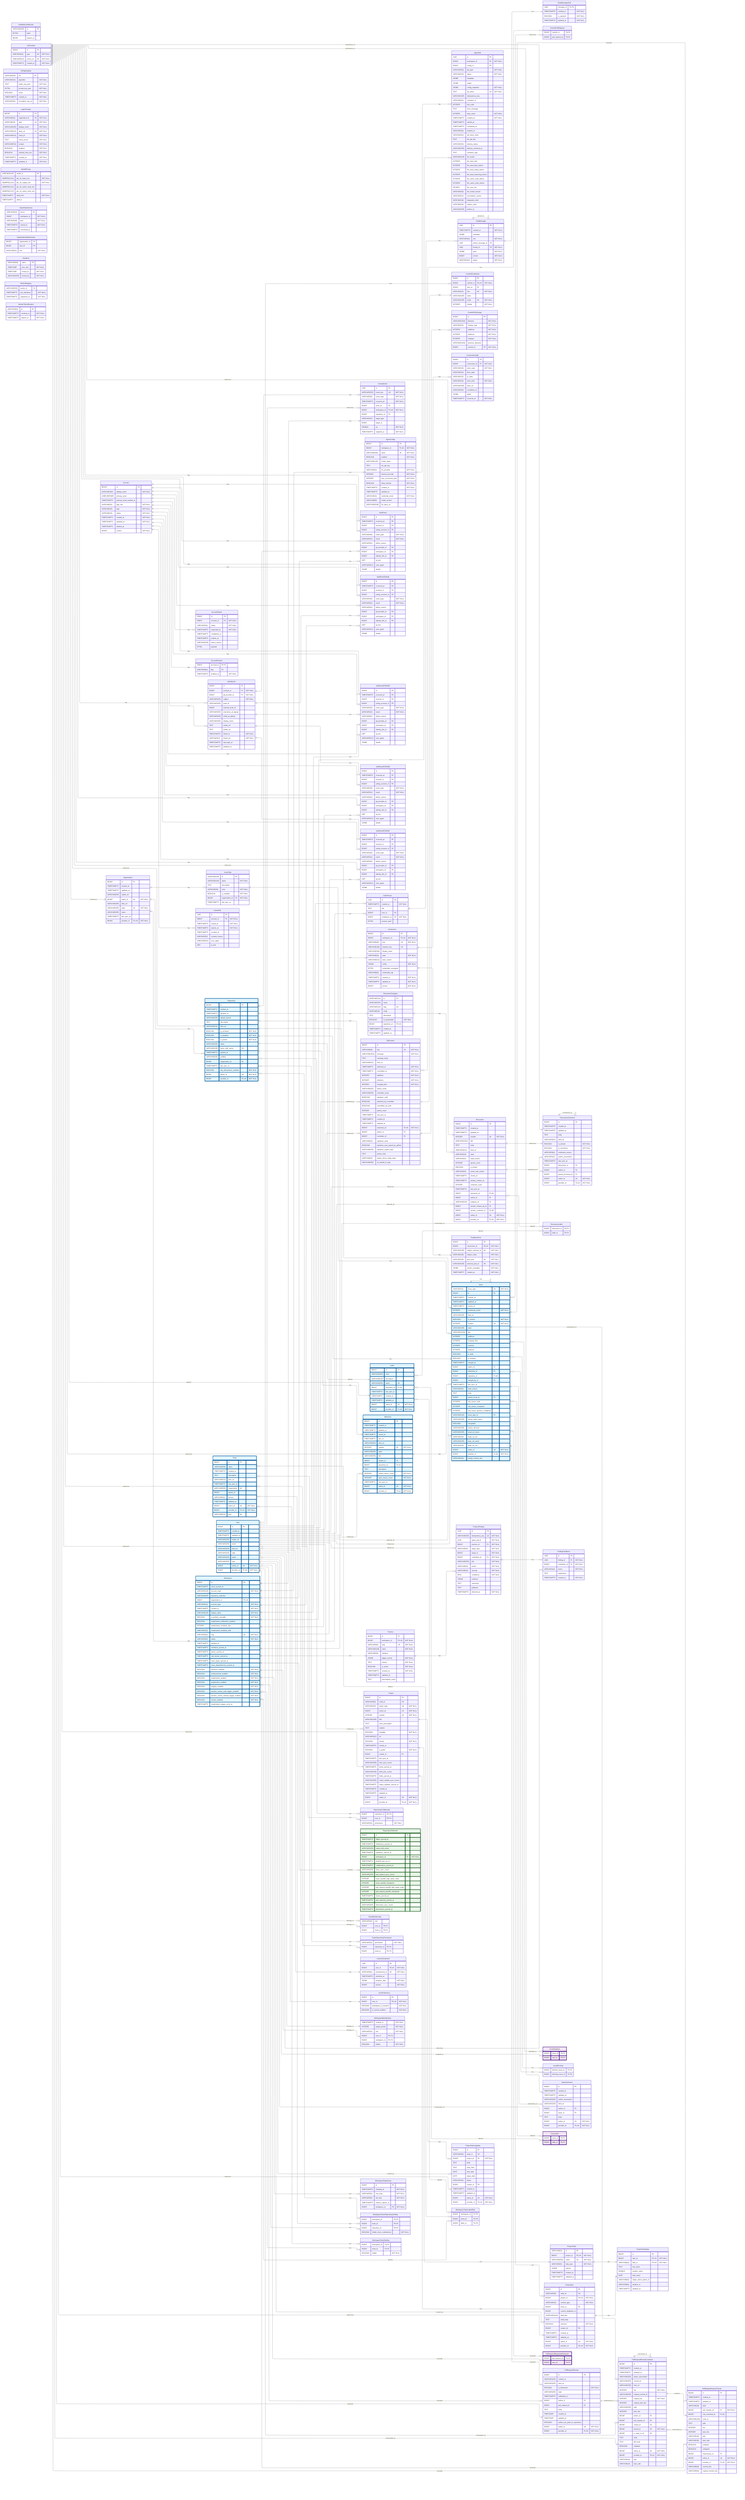
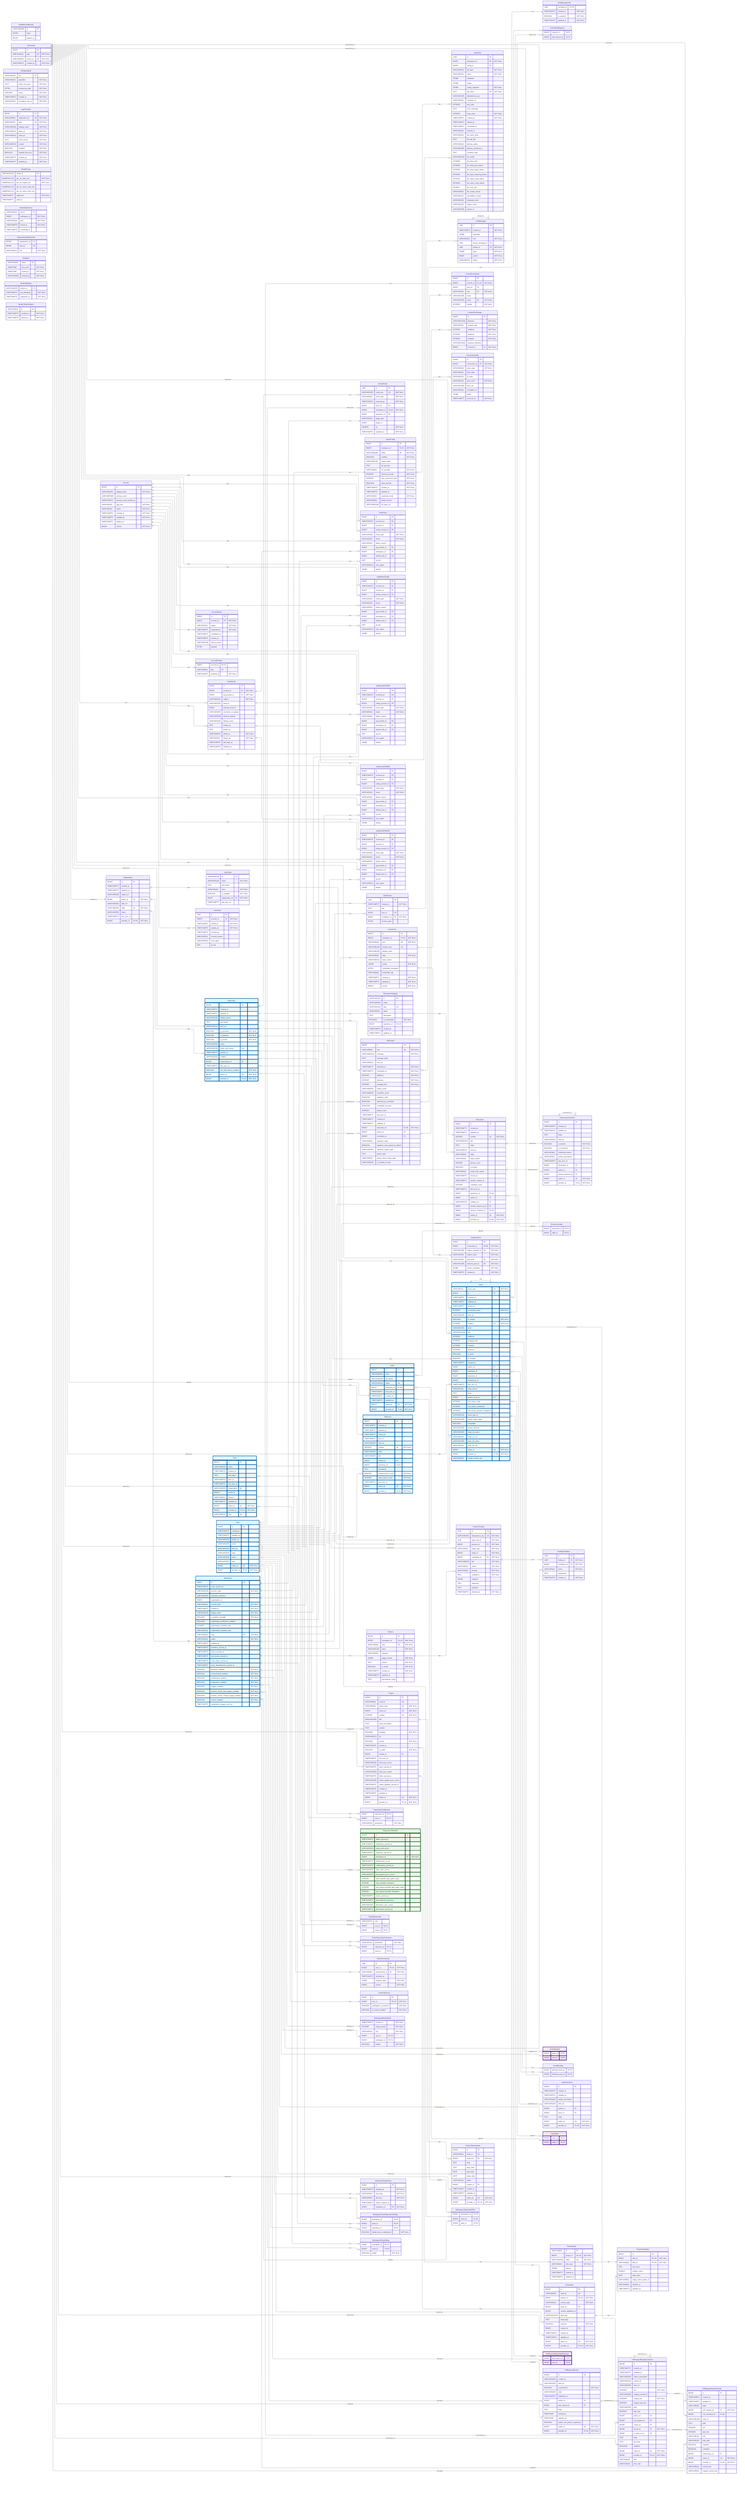
---
config:
    layout: elk
---
erDiagram
    %% Generated automatically from PostgreSQL database schema
    %% using scripts/generate-mermaid-erd.ts
    %% To regenerate: pnpm run db:generate-erd-docs

    direction LR

    Account {
        BIGINT id PK
        VARCHAR(255) display_name "NOT NULL"
        USER-DEFINED primary_email
        TIMESTAMPTZ primary_email_verified_at
        VARCHAR(16) app_role "NOT NULL"
-         VARCHAR(16) type "NOT NULL"
        VARCHAR(16) status "NOT NULL"
        TIMESTAMPTZ created_at "NOT NULL"
        TIMESTAMPTZ updated_at "NOT NULL"
        TIMESTAMPTZ deleted_at
        BIGINT version "NOT NULL"
    }

    AccountExport {
        BIGINT id PK
        BIGINT account_id FK "NOT NULL"
        VARCHAR(16) status "NOT NULL"
        TIMESTAMPTZ requested_at "NOT NULL"
        TIMESTAMPTZ completed_at
        TIMESTAMPTZ expires_at
        VARCHAR(128) failure_reason
        BYTEA payload
    }

    AccountFeature {
        BIGINT account_id PK,FK
        VARCHAR(64) flag PK
        TIMESTAMPTZ enabled_at "NOT NULL"
    }

    ActivityEvent {
        UUID id PK
        VARCHAR(255) event_key UK "NOT NULL"
        VARCHAR(64) event_type "NOT NULL"
        TIMESTAMPTZ occurred_at "NOT NULL"
        BIGINT actor_id FK
        BIGINT workspace_id FK,UK "NOT NULL"
        BIGINT repository_id FK
        VARCHAR(32) target_type
        BIGINT target_id
        DOUBLE xp "NOT NULL"
        TIMESTAMPTZ ingested_at "NOT NULL"
    }

    AgentConfig {
        BIGINT id PK
        BIGINT workspace_id FK,UK "NOT NULL"
        VARCHAR(100) name UK "NOT NULL"
        BOOLEAN enabled "NOT NULL"
        VARCHAR(128) model_name
        TEXT llm_api_key
        VARCHAR(32) llm_provider "NOT NULL"
        INTEGER timeout_seconds "NOT NULL"
        INTEGER max_concurrent_jobs "NOT NULL"
        BOOLEAN allow_internet "NOT NULL"
        TIMESTAMPTZ created_at "NOT NULL"
        TIMESTAMPTZ updated_at
        VARCHAR(16) credential_mode "NOT NULL"
        VARCHAR(50) model_version
        VARCHAR(2048) llm_base_url
    }

    AgentJob {
        UUID id PK
        BIGINT workspace_id FK "NOT NULL"
        BIGINT config_id FK
        VARCHAR(50) job_type "NOT NULL"
        VARCHAR(20) status "NOT NULL"
        JSONB metadata
        JSONB output
        JSONB config_snapshot "NOT NULL"
        TEXT job_token UK "NOT NULL"
        VARCHAR(255) idempotency_key
        VARCHAR(64) container_id
        INTEGER exit_code
        TEXT error_message
        INTEGER retry_count "NOT NULL"
        TIMESTAMPTZ created_at "NOT NULL"
        TIMESTAMPTZ started_at
        TIMESTAMPTZ completed_at
        VARCHAR(64) network_id
        VARCHAR(64) job_token_hash
        TEXT llm_api_key
        VARCHAR(20) delivery_status
        VARCHAR(255) delivery_comment_id
        TEXT container_logs
        VARCHAR(100) llm_model
        INTEGER llm_total_calls
        INTEGER llm_total_input_tokens
        INTEGER llm_total_output_tokens
        INTEGER llm_total_reasoning_tokens
        INTEGER llm_cache_read_tokens
        INTEGER llm_cache_write_tokens
        DOUBLE llm_cost_usd
        VARCHAR(50) llm_model_version
        VARCHAR(32) cancellation_reason
        VARCHAR(48) integration_kind
        VARCHAR(48) subject_class
        VARCHAR(255) worker_id
    }

    AuthEvent {
        BIGINT id PK
        TIMESTAMPTZ occurred_at PK
        BIGINT account_id FK
        BIGINT acting_account_id FK
        VARCHAR(48) event_type "NOT NULL"
        VARCHAR(16) result "NOT NULL"
        VARCHAR(64) failure_reason
        BIGINT git_provider_id FK
        BIGINT workspace_id FK
        BIGINT identity_link_id FK
        INET ip_inet
        VARCHAR(512) user_agent
        JSONB details
    }

    AuthEventDefault {
        BIGINT id PK
        TIMESTAMPTZ occurred_at PK
        BIGINT account_id FK
        BIGINT acting_account_id FK
        VARCHAR(48) event_type "NOT NULL"
        VARCHAR(16) result "NOT NULL"
        VARCHAR(64) failure_reason
        BIGINT git_provider_id FK
        BIGINT workspace_id FK
        BIGINT identity_link_id FK
        INET ip_inet
        VARCHAR(512) user_agent
        JSONB details
    }

    AuthEventP202605 {
        BIGINT id PK
        TIMESTAMPTZ occurred_at PK
        BIGINT account_id FK
        BIGINT acting_account_id FK
        VARCHAR(48) event_type "NOT NULL"
        VARCHAR(16) result "NOT NULL"
        VARCHAR(64) failure_reason
        BIGINT git_provider_id FK
        BIGINT workspace_id FK
        BIGINT identity_link_id FK
        INET ip_inet
        VARCHAR(512) user_agent
        JSONB details
    }

    AuthEventP202606 {
        BIGINT id PK
        TIMESTAMPTZ occurred_at PK
        BIGINT account_id FK
        BIGINT acting_account_id FK
        VARCHAR(48) event_type "NOT NULL"
        VARCHAR(16) result "NOT NULL"
        VARCHAR(64) failure_reason
        BIGINT git_provider_id FK
        BIGINT workspace_id FK
        BIGINT identity_link_id FK
        INET ip_inet
        VARCHAR(512) user_agent
        JSONB details
    }

    AuthEventP202607 {
        BIGINT id PK
        TIMESTAMPTZ occurred_at PK
        BIGINT account_id FK
        BIGINT acting_account_id FK
        VARCHAR(48) event_type "NOT NULL"
        VARCHAR(16) result "NOT NULL"
        VARCHAR(64) failure_reason
        BIGINT git_provider_id FK
        BIGINT workspace_id FK
        BIGINT identity_link_id FK
        INET ip_inet
        VARCHAR(512) user_agent
        JSONB details
    }

    AuthRateLimitBucket {
        VARCHAR(255) id PK
        BYTEA state
        BIGINT expires_at
    }

    ChatMessage {
        UUID id PK
        TIMESTAMPTZ created_at "NOT NULL"
        JSONB metadata
        VARCHAR(16) role "NOT NULL"
        UUID parent_message_id FK
        UUID thread_id FK "NOT NULL"
        JSONB parts "NOT NULL"
        BIGINT version "NOT NULL"
        VARCHAR(16) status "NOT NULL"
    }

    ChatMessageVote {
        UUID message_id PK,FK
        TIMESTAMPTZ created_at "NOT NULL"
        BOOLEAN is_upvoted "NOT NULL"
        TIMESTAMPTZ updated_at "NOT NULL"
    }

    ChatThread {
        UUID id PK
        TIMESTAMPTZ created_at "NOT NULL"
        TEXT title
        BIGINT user_id FK
        BIGINT workspace_id FK "NOT NULL"
        BYTEA session_jsonl
    }

    CommitContributor {
        BIGINT id PK
        BIGINT commit_id FK,UK "NOT NULL"
        BIGINT user_id FK
        VARCHAR(32) role UK "NOT NULL"
        VARCHAR(255) name
        VARCHAR(255) email UK "NOT NULL"
        INTEGER ordinal "NOT NULL"
    }

    CommitFileChange {
        BIGINT id PK
        VARCHAR(1024) filename "NOT NULL"
        VARCHAR(32) change_type "NOT NULL"
        INTEGER additions "NOT NULL"
        INTEGER deletions "NOT NULL"
        INTEGER changes "NOT NULL"
        VARCHAR(1024) previous_filename
        BIGINT commit_id FK "NOT NULL"
    }

    CommitPullRequest {
        BIGINT commit_id PK,FK
        BIGINT pull_request_id PK,FK
    }

    Connection {
        BIGINT id PK
        BIGINT workspace_id FK,UK "NOT NULL"
        VARCHAR(48) kind UK "NOT NULL"
        VARCHAR(128) instance_key UK
        VARCHAR(256) display_name
        VARCHAR(32) state "NOT NULL"
        VARCHAR(512) state_reason
        JSONB config "NOT NULL"
        BYTEA credentials_encrypted
        VARCHAR(64) credentials_alg
        TIMESTAMPTZ created_at "NOT NULL"
        TIMESTAMPTZ updated_at "NOT NULL"
        BIGINT version "NOT NULL"
    }

    ConnectionAudit {
        BIGINT id PK
        BIGINT connection_id FK "NOT NULL"
        VARCHAR(48) event_type "NOT NULL"
        VARCHAR(32) from_state
        VARCHAR(32) to_state
        VARCHAR(32) actor_kind "NOT NULL"
        VARCHAR(256) actor_ref
        VARCHAR(64) correlation_id
        JSONB detail
        TIMESTAMPTZ occurred_at "NOT NULL"
    }

    Discussion {
        BIGINT id PK
        TIMESTAMPTZ created_at
        TIMESTAMPTZ updated_at
        INTEGER number UK "NOT NULL"
        VARCHAR(1024) title
        TEXT body
        VARCHAR(512) html_url
        VARCHAR(16) state
        VARCHAR(32) state_reason
        INTEGER upvote_count
        BOOLEAN is_locked
        VARCHAR(32) active_lock_reason
        TIMESTAMPTZ closed_at
        TIMESTAMPTZ answer_chosen_at
        INTEGER comment_count
        TIMESTAMPTZ last_sync_at
        BIGINT repository_id FK,UK
        BIGINT author_id FK
        VARCHAR(128) category_id FK
        BIGINT answer_chosen_by_id FK
        BIGINT answer_comment_id FK,UK
        BIGINT native_id UK "NOT NULL"
        BIGINT provider_id FK,UK "NOT NULL"
    }

    DiscussionCategory {
        VARCHAR(128) id PK
        VARCHAR(255) name
        VARCHAR(128) slug UK
        VARCHAR(32) emoji
        TEXT description
        BOOLEAN is_answerable "NOT NULL"
        BIGINT repository_id FK,UK
        TIMESTAMPTZ created_at
        TIMESTAMPTZ updated_at
    }

    DiscussionComment {
        BIGINT id PK
        TIMESTAMPTZ created_at
        TIMESTAMPTZ updated_at
        TEXT body
        VARCHAR(512) html_url
        BOOLEAN is_answer "NOT NULL"
        BOOLEAN is_minimized "NOT NULL"
        VARCHAR(64) minimized_reason
        VARCHAR(32) author_association
        TIMESTAMPTZ last_sync_at
        BIGINT discussion_id FK
        BIGINT author_id FK
        BIGINT parent_comment_id FK
        BIGINT native_id UK "NOT NULL"
        BIGINT provider_id FK,UK "NOT NULL"
    }

    DiscussionLabel {
        BIGINT discussion_id PK,FK
        BIGINT label_id PK,FK
    }

    FeedbackPost {
        BIGINT id PK
        BIGINT connection_id FK,UK "NOT NULL"
        VARCHAR(256) subject_external_id UK "NOT NULL"
        VARCHAR(48) subject_class "NOT NULL"
        VARCHAR(48) post_kind UK "NOT NULL"
        VARCHAR(256) external_post_id UK "NOT NULL"
        JSONB vendor_metadata "NOT NULL"
        TIMESTAMPTZ created_at "NOT NULL"
    }

    FindingFeedback {
        UUID id PK
        UUID finding_id FK "NOT NULL"
        BIGINT contributor_id FK "NOT NULL"
        VARCHAR(16) action "NOT NULL"
        TEXT explanation
        TIMESTAMPTZ created_at "NOT NULL"
    }

    GitCommit {
        BIGINT id PK
        VARCHAR(40) sha UK "NOT NULL"
        VARCHAR(1024) message "NOT NULL"
        TEXT message_body
        VARCHAR(512) html_url
        TIMESTAMPTZ authored_at "NOT NULL"
        TIMESTAMPTZ committed_at "NOT NULL"
        INTEGER additions "NOT NULL"
        INTEGER deletions "NOT NULL"
        INTEGER changed_files "NOT NULL"
        VARCHAR(255) author_email
        VARCHAR(255) committer_email
        BOOLEAN signature_valid
        BOOLEAN authored_by_committer
        BOOLEAN committed_via_web
        INTEGER parent_count
        TIMESTAMPTZ last_sync_at
        TIMESTAMPTZ created_at
        TIMESTAMPTZ updated_at
        BIGINT repository_id FK,UK "NOT NULL"
        BIGINT author_id FK
        BIGINT committer_id FK
        VARCHAR(32) signature_state
        BOOLEAN signature_was_signed_by_github
        VARCHAR(255) signature_signer_login
        TEXT parent_shas
        VARCHAR(32) status_check_rollup_state
        VARCHAR(255) on_behalf_of_login
    }

    GitProvider {
        BIGINT id PK
        VARCHAR(10) type UK "NOT NULL"
        VARCHAR(512) server_url UK "NOT NULL"
        TIMESTAMPTZ created_at "NOT NULL"
    }

    IdentityLink {
        BIGINT id PK
        BIGINT account_id FK "NOT NULL"
        BIGINT git_provider_id FK "NOT NULL"
        VARCHAR(255) subject "NOT NULL"
        VARCHAR(255) team_id
        BIGINT external_actor_id
        VARCHAR(255) username_at_signup
        VARCHAR(320) email_at_signup
        VARCHAR(255) display_name
        TEXT avatar_url
        TEXT profile_url
        TIMESTAMPTZ linked_at "NOT NULL"
        VARCHAR(16) linked_via "NOT NULL"
        TIMESTAMPTZ last_login_at
        TIMESTAMPTZ disabled_at
    }

    Issue {
        VARCHAR(31) issue_type UK "NOT NULL"
        BIGINT id PK
        TIMESTAMPTZ created_at
        TIMESTAMPTZ updated_at
        TIMESTAMPTZ closed_at
        INTEGER comments_count "NOT NULL"
        VARCHAR(255) html_url
        BOOLEAN is_locked "NOT NULL"
        INTEGER number UK "NOT NULL"
        VARCHAR(255) state
        VARCHAR(1024) title
        INTEGER additions
        INTEGER changed_files
        INTEGER commits
        INTEGER deletions
        BOOLEAN is_draft
        BOOLEAN is_merged
        TIMESTAMPTZ merged_at
        BIGINT author_id FK
        BIGINT milestone_id FK
        BIGINT repository_id FK,UK
        BIGINT merged_by_id FK
        TIMESTAMPTZ last_sync_at
        VARCHAR(32) state_reason
        TEXT body
        BIGINT parent_issue_id FK
        INTEGER sub_issues_total
        INTEGER sub_issues_completed
        INTEGER sub_issues_percent_completed
        VARCHAR(128) issue_type_id FK
        VARCHAR(255) merge_state_status
        BOOLEAN mergeable
        VARCHAR(255) review_decision
        VARCHAR(255) head_ref_name
        VARCHAR(40) head_ref_oid
        VARCHAR(255) base_ref_name
        VARCHAR(40) base_ref_oid
        BIGINT native_id UK "NOT NULL"
        BIGINT provider_id FK,UK "NOT NULL"
        VARCHAR(40) merge_commit_sha
    }

    IssueAssignee {
        BIGINT issue_id PK,FK
        BIGINT user_id PK,FK
    }

    IssueBlocking {
        BIGINT blocked_issue_id PK,FK
        BIGINT blocking_issue_id PK,FK
    }

    IssueComment {
        BIGINT id PK
        TIMESTAMPTZ created_at
        TIMESTAMPTZ updated_at
        VARCHAR(255) author_association
        VARCHAR(255) html_url
        BIGINT author_id FK
        BIGINT issue_id FK
        TEXT body
        BIGINT native_id UK "NOT NULL"
        BIGINT provider_id FK,UK "NOT NULL"
    }

    IssueLabel {
        BIGINT issue_id PK,FK
        BIGINT label_id PK,FK
    }

    IssueType {
        VARCHAR(128) id PK
        VARCHAR(128) name "NOT NULL"
        TEXT description
        VARCHAR(20) color "NOT NULL"
        BOOLEAN is_enabled "NOT NULL"
        BIGINT organization_id FK "NOT NULL"
        TIMESTAMPTZ last_sync_at
    }

    IssuedJwt {
        UUID jti PK
        BIGINT account_id FK "NOT NULL"
        TIMESTAMPTZ issued_at "NOT NULL"
        TIMESTAMPTZ expires_at "NOT NULL"
        TIMESTAMPTZ revoked_at
        VARCHAR(32) revoked_reason
        VARCHAR(512) user_agent
        INET ip_inet
    }

    JwtSigningKey {
        VARCHAR(64) kid PK
        VARCHAR(16) algorithm "NOT NULL"
        TEXT public_key_pem "NOT NULL"
        BYTEA private_key_pem "NOT NULL"
        BOOLEAN active "NOT NULL"
        TIMESTAMPTZ created_at "NOT NULL"
        VARCHAR(64) encryption_key_id "NOT NULL"
    }

    Label {
        BIGINT id PK
        VARCHAR(255) color
        VARCHAR(255) description
        VARCHAR(255) name UK
        BIGINT repository_id FK,UK
        TIMESTAMPTZ last_sync_at
        TIMESTAMPTZ created_at
        TIMESTAMPTZ updated_at
        BIGINT native_id UK "NOT NULL"
        BIGINT provider_id FK,UK "NOT NULL"
    }

    LoginProvider {
        BIGINT id PK
        VARCHAR(64) registration_id UK "NOT NULL"
        VARCHAR(10) type UK "NOT NULL"
        VARCHAR(255) display_name "NOT NULL"
        VARCHAR(512) base_url UK "NOT NULL"
        VARCHAR(512) client_id "NOT NULL"
        TEXT client_secret "NOT NULL"
        VARCHAR(512) scopes "NOT NULL"
        BOOLEAN enabled "NOT NULL"
        BOOLEAN seeded_from_env "NOT NULL"
        TIMESTAMPTZ created_at "NOT NULL"
        TIMESTAMPTZ updated_at "NOT NULL"
    }

    Milestone {
        BIGINT id PK
        TIMESTAMPTZ created_at
        TIMESTAMPTZ updated_at
        TIMESTAMPTZ closed_at
        TIMESTAMPTZ due_on
        VARCHAR(255) html_url
        INTEGER number UK "NOT NULL"
        VARCHAR(255) state
        VARCHAR(255) title
        BIGINT creator_id FK
        BIGINT repository_id FK,UK
        TEXT description
        INTEGER closed_issues_count "NOT NULL"
        INTEGER open_issues_count "NOT NULL"
        TIMESTAMPTZ last_sync_at
        BIGINT native_id UK "NOT NULL"
        BIGINT provider_id FK,UK "NOT NULL"
    }

    ModelPricing {
        VARCHAR(128) model_id PK
        NUMERIC(12,6) per_1k_input_usd "NOT NULL"
        NUMERIC(12,6) per_1k_output_usd "NOT NULL"
        NUMERIC(12,6) per_1k_cache_read_usd
        NUMERIC(12,6) per_1k_cache_write_usd
        TIMESTAMPTZ valid_from "NOT NULL"
        TIMESTAMPTZ valid_to
    }

    OauthStateNonce {
        VARCHAR(32) nonce PK
        BIGINT workspace_id "NOT NULL"
        VARCHAR(48) kind "NOT NULL"
        TIMESTAMPTZ issued_at "NOT NULL"
        TIMESTAMPTZ consumed_at
    }

    Organization {
        BIGINT id PK
        TIMESTAMPTZ created_at
        TIMESTAMPTZ updated_at
        VARCHAR(255) avatar_url
        BIGINT native_id UK "NOT NULL"
        VARCHAR(255) html_url
        VARCHAR(255) login UK "NOT NULL"
        VARCHAR(255) name
        TIMESTAMPTZ last_sync_at
        BIGINT provider_id FK,UK "NOT NULL"
    }

    OrganizationMembership {
        BIGINT organization_id PK
        BIGINT user_id PK
        VARCHAR(32) role "NOT NULL"
    }

    Practice {
        BIGINT id PK
        BIGINT workspace_id FK,UK "NOT NULL"
        VARCHAR(64) slug UK "NOT NULL"
        VARCHAR(128) name "NOT NULL"
        VARCHAR(64) category
        JSONB trigger_events "NOT NULL"
        TEXT criteria "NOT NULL"
        BOOLEAN is_active "NOT NULL"
        TIMESTAMPTZ created_at "NOT NULL"
        TIMESTAMPTZ updated_at
        TEXT precompute_script
    }

    PracticeFinding {
        UUID id PK
        VARCHAR(255) idempotency_key UK "NOT NULL"
        UUID agent_job_id "NOT NULL"
        BIGINT practice_id FK "NOT NULL"
        VARCHAR(32) target_type "NOT NULL"
        BIGINT target_id "NOT NULL"
        BIGINT contributor_id FK "NOT NULL"
        VARCHAR(255) title "NOT NULL"
        VARCHAR(16) verdict "NOT NULL"
        VARCHAR(16) severity "NOT NULL"
        REAL confidence "NOT NULL"
        JSONB evidence
        TEXT reasoning
        TEXT guidance
        TIMESTAMPTZ detected_at "NOT NULL"
    }

    Project {
        BIGINT id PK
        VARCHAR(64) node_id UK
        VARCHAR(32) owner_type UK "NOT NULL"
        BIGINT owner_id UK "NOT NULL"
        INTEGER number UK "NOT NULL"
        VARCHAR(256) title
        TEXT short_description
        TEXT readme
        BOOLEAN template "NOT NULL"
        VARCHAR(512) url
        BOOLEAN closed "NOT NULL"
        TIMESTAMPTZ closed_at
        BOOLEAN is_public "NOT NULL"
        BIGINT creator_id FK
        TIMESTAMPTZ last_sync_at
        VARCHAR(256) item_sync_cursor
        TIMESTAMPTZ items_synced_at
        VARCHAR(256) field_sync_cursor
        TIMESTAMPTZ fields_synced_at
        VARCHAR(256) status_update_sync_cursor
        TIMESTAMPTZ status_updates_synced_at
        TIMESTAMPTZ created_at
        TIMESTAMPTZ updated_at
        BIGINT native_id UK "NOT NULL"
        BIGINT provider_id FK,UK "NOT NULL"
    }

    ProjectField {
        VARCHAR(64) id PK
        BIGINT project_id FK,UK "NOT NULL"
        VARCHAR(256) name UK "NOT NULL"
        VARCHAR(32) data_type "NOT NULL"
        JSONB options
        TIMESTAMPTZ created_at
        TIMESTAMPTZ updated_at
    }

    ProjectFieldValue {
        BIGINT id PK
        BIGINT item_id FK,UK "NOT NULL"
        VARCHAR(64) field_id FK,UK "NOT NULL"
        TEXT text_value
        DOUBLE number_value
        DATE date_value
        VARCHAR(64) single_select_option_id
        VARCHAR(64) iteration_id
        TIMESTAMPTZ updated_at
    }

    ProjectItem {
        BIGINT id PK
        VARCHAR(64) node_id UK
        BIGINT project_id FK,UK "NOT NULL"
        VARCHAR(32) content_type "NOT NULL"
        BIGINT issue_id FK
        BIGINT content_database_id
        VARCHAR(1024) draft_title
        TEXT draft_body
        BOOLEAN archived "NOT NULL"
        BIGINT creator_id FK
        TIMESTAMPTZ created_at
        TIMESTAMPTZ updated_at
        BIGINT native_id UK "NOT NULL"
        BIGINT provider_id FK,UK "NOT NULL"
    }

    ProjectStatusUpdate {
        BIGINT id PK
        VARCHAR(64) node_id UK
        BIGINT project_id FK "NOT NULL"
        TEXT body
        TEXT body_html
        DATE start_date
        DATE target_date
        VARCHAR(32) status
        BIGINT creator_id FK
        TIMESTAMPTZ created_at
        TIMESTAMPTZ updated_at
        BIGINT native_id UK "NOT NULL"
        BIGINT provider_id FK,UK "NOT NULL"
    }

    PullRequestRequestedReviewer {
        BIGINT pull_request_id PK,FK
        BIGINT user_id PK,FK
    }

    PullRequestReview {
        BIGINT id PK
        VARCHAR(255) commit_id
        VARCHAR(255) html_url
        BOOLEAN is_dismissed "NOT NULL"
        VARCHAR(255) state
        TIMESTAMPTZ submitted_at
        BIGINT author_id FK
        BIGINT pull_request_id FK
        TEXT body
        TIMESTAMP created_at
        TIMESTAMP updated_at
        BOOLEAN author_can_push_to_repository
        BIGINT native_id UK "NOT NULL"
        BIGINT provider_id FK,UK "NOT NULL"
    }

    PullRequestReviewComment {
        BIGINT id PK
        TIMESTAMPTZ created_at
        TIMESTAMPTZ updated_at
        VARCHAR(255) author_association
        VARCHAR(255) commit_id
        VARCHAR(255) html_url
        INTEGER line "NOT NULL"
        VARCHAR(255) original_commit_id
        INTEGER original_line "NOT NULL"
        INTEGER original_start_line
        VARCHAR(255) path
        INTEGER start_line
        BIGINT author_id FK
        BIGINT pull_request_id FK
        BIGINT review_id FK
        BIGINT thread_id FK "NOT NULL"
        BIGINT in_reply_to_id FK
        TEXT body
        TEXT diff_hunk
        BOOLEAN outdated
        BIGINT native_id UK "NOT NULL"
        BIGINT provider_id FK,UK "NOT NULL"
        VARCHAR(16) side
        VARCHAR(16) start_side
    }

    PullRequestReviewThread {
        BIGINT id PK
        TIMESTAMPTZ created_at
        TIMESTAMPTZ updated_at
        VARCHAR(20) state
        BIGINT pull_request_id FK "NOT NULL"
        BIGINT root_comment_id FK,UK
        VARCHAR(128) node_id
        TEXT path
        INTEGER line
        INTEGER start_line
        VARCHAR(16) side
        VARCHAR(16) start_side
        BOOLEAN outdated
        BOOLEAN collapsed
        BIGINT resolved_by_id FK
        BIGINT native_id UK "NOT NULL"
        BIGINT provider_id FK,UK "NOT NULL"
        VARCHAR(64) commit_sha
        VARCHAR(64) original_commit_sha
    }

    Repository {
        BIGINT id PK
        TIMESTAMPTZ created_at
        TIMESTAMPTZ updated_at
        VARCHAR(255) default_branch
        TEXT description
        VARCHAR(512) html_url
        BOOLEAN is_archived "NOT NULL"
        BOOLEAN is_disabled "NOT NULL"
        BOOLEAN is_private "NOT NULL"
        VARCHAR(255) name
        VARCHAR(150) name_with_owner UK
        TIMESTAMPTZ pushed_at
        VARCHAR(255) visibility
        BIGINT organization_id FK
        TIMESTAMPTZ last_sync_at
        BOOLEAN has_discussions_enabled "NOT NULL"
        BIGINT native_id UK "NOT NULL"
        BIGINT provider_id FK,UK "NOT NULL"
    }

    RepositoryCollaborator {
        BIGINT repository_id PK,FK
        BIGINT user_id PK,FK
        VARCHAR(32) permission "NOT NULL"
    }

    RepositoryToMonitor {
        BIGINT id PK
        TIMESTAMPTZ labels_synced_at
        TIMESTAMPTZ milestones_synced_at
        VARCHAR(255) name_with_owner
        TIMESTAMPTZ repository_synced_at
        BIGINT workspace_id FK "NOT NULL"
        TIMESTAMPTZ backfill_last_run_at
        TIMESTAMPTZ collaborators_synced_at
        VARCHAR(255) issue_sync_cursor
        VARCHAR(255) pull_request_sync_cursor
        INTEGER issue_backfill_high_water_mark
        INTEGER issue_backfill_checkpoint
        INTEGER pull_request_backfill_high_water_mark
        INTEGER pull_request_backfill_checkpoint
        TIMESTAMPTZ issues_synced_at
        TIMESTAMPTZ pull_requests_synced_at
        VARCHAR(255) discussion_sync_cursor
        TIMESTAMPTZ discussions_synced_at
    }

    Shedlock {
        VARCHAR(64) name PK
        TIMESTAMP lock_until "NOT NULL"
        TIMESTAMP locked_at "NOT NULL"
        VARCHAR(255) locked_by "NOT NULL"
    }

    Team {
        BIGINT id PK
        VARCHAR(255) name
        TIMESTAMPTZ created_at
        TEXT description
        VARCHAR(512) html_url
        TIMESTAMPTZ last_sync_at
        VARCHAR(255) organization UK
        BIGINT parent_id
        VARCHAR(32) privacy
        TIMESTAMPTZ updated_at
        BIGINT native_id UK "NOT NULL"
        BIGINT provider_id FK,UK "NOT NULL"
        VARCHAR(512) slug UK
    }

    TeamMembership {
        VARCHAR(32) role
        BIGINT user_id PK,FK
        BIGINT team_id PK,FK
    }

    TeamRepositoryPermission {
        VARCHAR(32) permission "NOT NULL"
        BIGINT repository_id PK,FK
        BIGINT team_id PK,FK
    }

    User {
        BIGINT id PK
        TIMESTAMPTZ created_at
        TIMESTAMPTZ updated_at
        VARCHAR(255) avatar_url
        VARCHAR(255) email
        VARCHAR(255) html_url
        VARCHAR(255) login
        VARCHAR(255) name
        VARCHAR(255) type
        BIGINT native_id UK "NOT NULL"
        BIGINT provider_id FK,UK "NOT NULL"
    }

    UserAchievement {
        UUID id PK
        BIGINT user_id FK,UK "NOT NULL"
        VARCHAR(64) achievement_id UK "NOT NULL"
        TIMESTAMPTZ unlocked_at
        JSONB progress_data "NOT NULL"
        BIGINT version "NOT NULL"
    }

    UserPreference {
        BIGINT id PK
        BIGINT user_id FK,UK "NOT NULL"
        BOOLEAN participate_in_research "NOT NULL"
        BOOLEAN ai_review_enabled "NOT NULL"
    }

    WorkerRegistry {
        VARCHAR(255) worker_id PK
        TIMESTAMPTZ last_heartbeat "NOT NULL"
        TIMESTAMPTZ registered_at "NOT NULL"
    }

    WorkerTokenDenylist {
        VARCHAR(64) jti PK
        TIMESTAMPTZ revoked_at "NOT NULL"
        TIMESTAMPTZ expires_at "NOT NULL"
    }

    Workspace {
        BIGINT id PK
        TIMESTAMPTZ users_synced_at
        VARCHAR(120) account_login "NOT NULL"
        VARCHAR(255) repository_selection
        BIGINT organization_id FK,UK
        VARCHAR(10) account_type "NOT NULL"
        TIMESTAMPTZ created_at "NOT NULL"
        VARCHAR(120) display_name "NOT NULL"
        BOOLEAN is_publicly_viewable "NOT NULL"
        BOOLEAN leaderboard_notification_enabled
        INTEGER leaderboard_schedule_day
        VARCHAR(10) leaderboard_schedule_time
        VARCHAR(64) slug UK "NOT NULL"
        VARCHAR(20) status "NOT NULL"
        TIMESTAMPTZ updated_at
        TIMESTAMPTZ members_synced_at
        TIMESTAMPTZ teams_synced_at
        TIMESTAMPTZ sub_issues_synced_at
        TIMESTAMPTZ issue_types_synced_at
        TIMESTAMPTZ issue_dependencies_synced_at
        BOOLEAN practices_enabled "NOT NULL"
        BOOLEAN achievements_enabled "NOT NULL"
        BOOLEAN leaderboard_enabled "NOT NULL"
        BOOLEAN progression_enabled "NOT NULL"
        BOOLEAN leagues_enabled "NOT NULL"
        BOOLEAN practice_review_auto_trigger_enabled "NOT NULL"
        BOOLEAN practice_review_manual_trigger_enabled "NOT NULL"
        BOOLEAN mentor_enabled "NOT NULL"
        TIMESTAMPTZ leaderboard_league_cycle_at
    }

    WorkspaceMembership {
        TIMESTAMPTZ created_at "NOT NULL"
        INTEGER league_points "NOT NULL"
        VARCHAR(16) role "NOT NULL"
        BIGINT user_id PK,FK
        BIGINT workspace_id PK,FK
        BOOLEAN hidden "NOT NULL"
    }

    WorkspaceSlugHistory {
        BIGINT id PK
        TIMESTAMPTZ changed_at "NOT NULL"
        VARCHAR(64) new_slug "NOT NULL"
        VARCHAR(64) old_slug "NOT NULL"
        TIMESTAMPTZ redirect_expires_at
        BIGINT workspace_id FK "NOT NULL"
    }

    WorkspaceTeamLabelFilter {
        BIGINT workspace_id PK,FK
        BIGINT team_id PK,FK
        BIGINT label_id PK,FK
    }

    WorkspaceTeamRepositorySetting {
        BIGINT workspace_id PK,FK
        BIGINT team_id PK,FK
        BIGINT repository_id PK,FK
        BOOLEAN hidden_from_contributions "NOT NULL"
    }

    WorkspaceTeamSetting {
        BIGINT workspace_id PK,FK
        BIGINT team_id PK,FK
        BOOLEAN hidden "NOT NULL"
    }

    %% Relationships
    %% One-to-One relationships
    Account ||--|| AccountFeature : has
    Workspace ||--|| ActivityEvent : has
    Workspace ||--|| AgentConfig : has
    ChatMessage ||--|| ChatMessageVote : has
    GitCommit ||--|| CommitContributor : has
    Workspace ||--|| Connection : has
    DiscussionComment ||--|| Discussion : references
    GitProvider ||--|| Discussion : references
    Repository ||--|| Discussion : has
    Repository ||--|| DiscussionCategory : has
    GitProvider ||--|| DiscussionComment : commented_on
    Connection ||--|| FeedbackPost : has
    Repository ||--|| GitCommit : has
    GitProvider ||--|| Issue : references
    Repository ||--|| Issue : has
    GitProvider ||--|| IssueComment : commented_on
    GitProvider ||--|| Label : labeled
    Repository ||--|| Label : labeled
    GitProvider ||--|| Milestone : references
    Repository ||--|| Milestone : has
    GitProvider ||--|| Organization : references
    Workspace ||--|| Practice : has
    GitProvider ||--|| Project : references
    Project ||--|| ProjectField : has
    ProjectField ||--|| ProjectFieldValue : has
    ProjectItem ||--|| ProjectFieldValue : has
    Project ||--|| ProjectItem : has
    GitProvider ||--|| ProjectItem : references
    GitProvider ||--|| ProjectStatusUpdate : references
    GitProvider ||--|| PullRequestReview : reviewed
    GitProvider ||--|| PullRequestReviewComment : commented_on
    GitProvider ||--|| PullRequestReviewThread : reviewed
    PullRequestReviewComment ||--|| PullRequestReviewThread : reviewed
    GitProvider ||--|| Repository : references
    GitProvider ||--|| Team : references
    GitProvider ||--|| User : references
    User ||--|| UserAchievement : has
    User ||--|| UserPreference : has
    Organization ||--|| Workspace : has
    User ||--|| WorkspaceMembership : belongs_to
    Workspace ||--|| WorkspaceMembership : belongs_to

    %% One-to-Many relationships
    Account ||--o{ AccountExport : has
    User ||--o{ ActivityEvent : references
    Repository ||--o{ ActivityEvent : has
    AgentConfig ||--o{ AgentJob : has
    Workspace ||--o{ AgentJob : has
    Account ||--o{ AuthEvent : has
    Account ||--o{ AuthEvent : has
    GitProvider ||--o{ AuthEvent : has
    IdentityLink ||--o{ AuthEvent : has
    Workspace ||--o{ AuthEvent : has
    Account ||--o{ AuthEventDefault : has
    Account ||--o{ AuthEventDefault : has
    GitProvider ||--o{ AuthEventDefault : has
    IdentityLink ||--o{ AuthEventDefault : has
    Workspace ||--o{ AuthEventDefault : has
    Account ||--o{ AuthEventP202605 : has
    Account ||--o{ AuthEventP202605 : has
    GitProvider ||--o{ AuthEventP202605 : has
    IdentityLink ||--o{ AuthEventP202605 : has
    Workspace ||--o{ AuthEventP202605 : has
    Account ||--o{ AuthEventP202606 : has
    Account ||--o{ AuthEventP202606 : has
    GitProvider ||--o{ AuthEventP202606 : has
    IdentityLink ||--o{ AuthEventP202606 : has
    Workspace ||--o{ AuthEventP202606 : has
    Account ||--o{ AuthEventP202607 : has
    Account ||--o{ AuthEventP202607 : has
    GitProvider ||--o{ AuthEventP202607 : has
    IdentityLink ||--o{ AuthEventP202607 : has
    Workspace ||--o{ AuthEventP202607 : has
    ChatMessage ||--o{ ChatMessage : references
    ChatThread ||--o{ ChatMessage : has
    User ||--o{ ChatThread : has
    Workspace ||--o{ ChatThread : has
    User ||--o{ CommitContributor : has
    GitCommit ||--o{ CommitFileChange : has
    Connection ||--o{ ConnectionAudit : has
    User ||--o{ Discussion : references
    User ||--o{ Discussion : authored_by
    DiscussionCategory ||--o{ Discussion : has
    User ||--o{ DiscussionComment : commented_on
    Discussion ||--o{ DiscussionComment : commented_on
    DiscussionComment ||--o{ DiscussionComment : commented_on
    User ||--o{ FindingFeedback : references
    PracticeFinding ||--o{ FindingFeedback : has
    User ||--o{ GitCommit : authored_by
    User ||--o{ GitCommit : references
    Account ||--o{ IdentityLink : has
    GitProvider ||--o{ IdentityLink : has
    User ||--o{ Issue : authored_by
    IssueType ||--o{ Issue : has
    User ||--o{ Issue : merged_by
    Milestone ||--o{ Issue : has
    Issue ||--o{ Issue : has
    User ||--o{ IssueComment : commented_on
    Issue ||--o{ IssueComment : commented_on
    Organization ||--o{ IssueType : has
    Account ||--o{ IssuedJwt : has
    User ||--o{ Milestone : created_by
    User ||--o{ PracticeFinding : references
    Practice ||--o{ PracticeFinding : has
    User ||--o{ Project : created_by
    User ||--o{ ProjectItem : created_by
    Issue ||--o{ ProjectItem : has
    User ||--o{ ProjectStatusUpdate : created_by
    Project ||--o{ ProjectStatusUpdate : has
    User ||--o{ PullRequestReview : reviewed
    Issue ||--o{ PullRequestReview : reviewed
    User ||--o{ PullRequestReviewComment : commented_on
    PullRequestReviewComment ||--o{ PullRequestReviewComment : commented_on
    Issue ||--o{ PullRequestReviewComment : commented_on
    PullRequestReview ||--o{ PullRequestReviewComment : commented_on
    PullRequestReviewThread ||--o{ PullRequestReviewComment : commented_on
    Issue ||--o{ PullRequestReviewThread : reviewed
    User ||--o{ PullRequestReviewThread : reviewed
    Organization ||--o{ Repository : has
    Workspace ||--o{ RepositoryToMonitor : monitors
    Workspace ||--o{ WorkspaceSlugHistory : has

    %% Many-to-Many relationships
    GitCommit }o--o{ CommitPullRequest : has
    Issue }o--o{ CommitPullRequest : references
    Discussion }o--o{ DiscussionLabel : labeled
    Label }o--o{ DiscussionLabel : labeled
    Issue }o--o{ IssueAssignee : assigned_to
    User }o--o{ IssueAssignee : assigned_to
    Issue }o--o{ IssueBlocking : has
    Issue }o--o{ IssueBlocking : has
    Issue }o--o{ IssueLabel : labeled
    Label }o--o{ IssueLabel : labeled
    Issue }o--o{ PullRequestRequestedReviewer : reviewed
    User }o--o{ PullRequestRequestedReviewer : reviewed
    Repository }o--o{ RepositoryCollaborator : has
    User }o--o{ RepositoryCollaborator : has
    Team }o--o{ TeamMembership : belongs_to
    User }o--o{ TeamMembership : belongs_to
    Repository }o--o{ TeamRepositoryPermission : has
    Team }o--o{ TeamRepositoryPermission : has
    Label }o--o{ WorkspaceTeamLabelFilter : labeled
    Team }o--o{ WorkspaceTeamLabelFilter : labeled
    Workspace }o--o{ WorkspaceTeamLabelFilter : labeled
    Repository }o--o{ WorkspaceTeamRepositorySetting : has
    Team }o--o{ WorkspaceTeamRepositorySetting : has
    Workspace }o--o{ WorkspaceTeamRepositorySetting : has
    Team }o--o{ WorkspaceTeamSetting : has
    Workspace }o--o{ WorkspaceTeamSetting : has

    %% Styling
    classDef primaryEntity fill:#e1f5fe,stroke:#01579b,stroke-width:2px
    classDef associationEntity fill:#f3e5f5,stroke:#4a148c,stroke-width:2px
    classDef metadataEntity fill:#e8f5e8,stroke:#1b5e20,stroke-width:2px

    class Issue primaryEntity
    class IssueAssignee associationEntity
    class IssueLabel associationEntity
    class Label primaryEntity
    class Milestone primaryEntity
    class PullRequestRequestedReviewer associationEntity
    class Repository primaryEntity
    class RepositoryToMonitor metadataEntity
    class Team primaryEntity
    class User primaryEntity
    class Workspace primaryEntity
